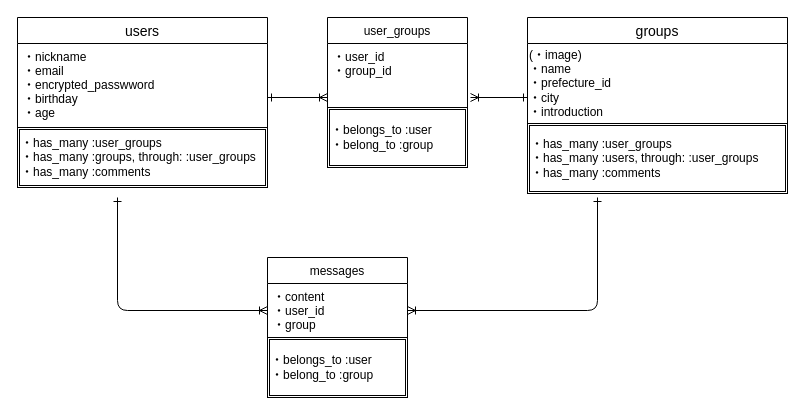
Above: trafre.dio in naaa0/trafri (draw.io), before the change. Source tidied: cells renumbered, new cells numbered last; positions are measured from the earlier drawing's top-left corner, leaving out a move shared by most shapes. Both pictures are drawn from the tidied source at 100%, with x=0, y=0 at pixel (17, 17).
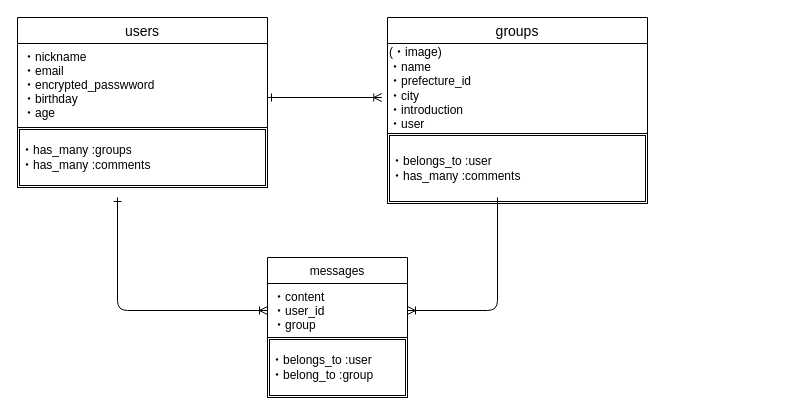
After the change.

Unchanged cells that the change refers to:
```xml
<mxCell id="8" value="・content&#10;・user_id&#10;・group" style="text;strokeColor=none;fillColor=none;align=left;verticalAlign=top;spacingLeft=4;spacingRight=4;overflow=hidden;points=[[0,0.5],[1,0.5]];portConstraint=eastwest;" parent="7" vertex="1">
  <mxGeometry y="26" width="140" height="54" as="geometry" />
</mxCell>
```

Diff of the diagram source:
```diff
@@
     <mxCell id="2" value="groups" style="swimlane;fontStyle=0;horizontal=1;startSize=26;align=center;fontSize=14;" parent="1" vertex="1">
-      <mxGeometry x="510" width="260" height="176" as="geometry" />
+      <mxGeometry x="370" width="260" height="186" as="geometry" />
     </mxCell>
-    <mxCell id="3" value="(・image)&lt;br&gt;・name&lt;br&gt;・prefecture_id&lt;br&gt;・city&lt;br&gt;・introduction" style="text;html=1;align=left;verticalAlign=middle;points=[];strokeColor=none;fillColor=none;" parent="2" vertex="1">
-      <mxGeometry y="26" width="260" height="80" as="geometry" />
+    <mxCell id="3" value="(・image)&lt;br&gt;・name&lt;br&gt;・prefecture_id&lt;br&gt;・city&lt;br&gt;・introduction&lt;br&gt;・user" style="text;html=1;align=left;verticalAlign=middle;points=[];strokeColor=none;fillColor=none;" parent="2" vertex="1">
+      <mxGeometry y="26" width="260" height="90" as="geometry" />
     </mxCell>
-    <mxCell id="4" value="&lt;div&gt;&lt;span&gt;・has_many :user_groups&lt;/span&gt;&lt;br&gt;&lt;/div&gt;&lt;div&gt;&lt;span&gt;・has_many :users, through: :user_groups&lt;/span&gt;&lt;/div&gt;&lt;div&gt;&lt;span&gt;・has_many :comments&lt;/span&gt;&lt;/div&gt;" style="shape=ext;double=1;rounded=0;whiteSpace=wrap;html=1;align=left;direction=west;" parent="2" vertex="1">
-      <mxGeometry y="106" width="260" height="70" as="geometry" />
+    <mxCell id="4" value="&lt;div&gt;&lt;span&gt;・belongs_to :user&lt;/span&gt;&lt;/div&gt;&lt;div&gt;&lt;span&gt;・has_many :comments&lt;/span&gt;&lt;/div&gt;" style="shape=ext;double=1;rounded=0;whiteSpace=wrap;html=1;align=left;direction=west;" parent="2" vertex="1">
+      <mxGeometry y="116" width="260" height="70" as="geometry" />
     </mxCell>
@@
-    <mxCell id="9" value="user_groups" style="swimlane;fontStyle=0;horizontal=1;startSize=26;fillColor=none;" parent="1" vertex="1">
-      <mxGeometry x="310" width="140" height="100" as="geometry" />
-    </mxCell>
-    <mxCell id="10" value="・user_id&#10;・group_id" style="text;strokeColor=none;fillColor=none;align=left;verticalAlign=top;spacingLeft=4;spacingRight=4;overflow=hidden;" parent="9" vertex="1">
-      <mxGeometry y="26" width="140" height="74" as="geometry" />
-    </mxCell>
-    <mxCell id="11" style="edgeStyle=none;html=1;endArrow=ERoneToMany;endFill=0;startArrow=ERone;startFill=0;" parent="1" edge="1">
+    <mxCell id="11" style="edgeStyle=none;html=1;endArrow=ERoneToMany;endFill=0;startArrow=ERone;startFill=0;entryX=-0.022;entryY=0.6;entryDx=0;entryDy=0;entryPerimeter=0;" parent="1" edge="1" target="3">
       <mxGeometry relative="1" as="geometry">
         <mxPoint x="250" y="80" as="sourcePoint" />
-        <mxPoint x="310" y="80" as="targetPoint" />
       </mxGeometry>
     </mxCell>
-    <mxCell id="12" style="endArrow=ERoneToMany;html=1;endFill=0;startArrow=ERone;startFill=0;" parent="1" edge="1">
-      <mxGeometry relative="1" as="geometry">
-        <mxPoint x="510" y="80" as="sourcePoint" />
-        <mxPoint x="453" y="80" as="targetPoint" />
-      </mxGeometry>
-    </mxCell>
@@
     <mxCell id="14" style="edgeStyle=segmentEdgeStyle;endArrow=ERoneToMany;html=1;entryX=1;entryY=0.5;entryDx=0;entryDy=0;endFill=0;startArrow=ERone;startFill=0;" parent="1" edge="1" target="8">
       <mxGeometry relative="1" as="geometry">
-        <mxPoint x="580" y="180" as="sourcePoint" />
+        <mxPoint x="480" y="180" as="sourcePoint" />
         <Array as="points">
-          <mxPoint x="580" y="293" />
+          <mxPoint x="480" y="293" />
         </Array>
       </mxGeometry>
     </mxCell>
-    <mxCell id="15" value="&lt;div&gt;&lt;span&gt;・has_many :user_groups&lt;/span&gt;&lt;br&gt;&lt;/div&gt;&lt;div&gt;&lt;span&gt;・has_many :groups, through: :user_groups&lt;/span&gt;&lt;/div&gt;&lt;div&gt;&lt;span&gt;・has_many :comments&lt;/span&gt;&lt;/div&gt;" style="shape=ext;double=1;rounded=0;whiteSpace=wrap;html=1;align=left;" parent="1" vertex="1">
+    <mxCell id="15" value="&lt;div&gt;&lt;span&gt;・has_many :groups&lt;/span&gt;&lt;br&gt;&lt;/div&gt;&lt;div&gt;&lt;span&gt;・has_many :comments&lt;/span&gt;&lt;br&gt;&lt;/div&gt;" style="shape=ext;double=1;rounded=0;whiteSpace=wrap;html=1;align=left;" parent="1" vertex="1">
       <mxGeometry y="110" width="250" height="60" as="geometry" />
     </mxCell>
-    <mxCell id="16" value="・belongs_to :user&lt;br&gt;・belong_to :group" style="shape=ext;double=1;rounded=0;whiteSpace=wrap;html=1;align=left;" parent="1" vertex="1">
-      <mxGeometry x="310" y="90" width="140" height="60" as="geometry" />
-    </mxCell>
```
